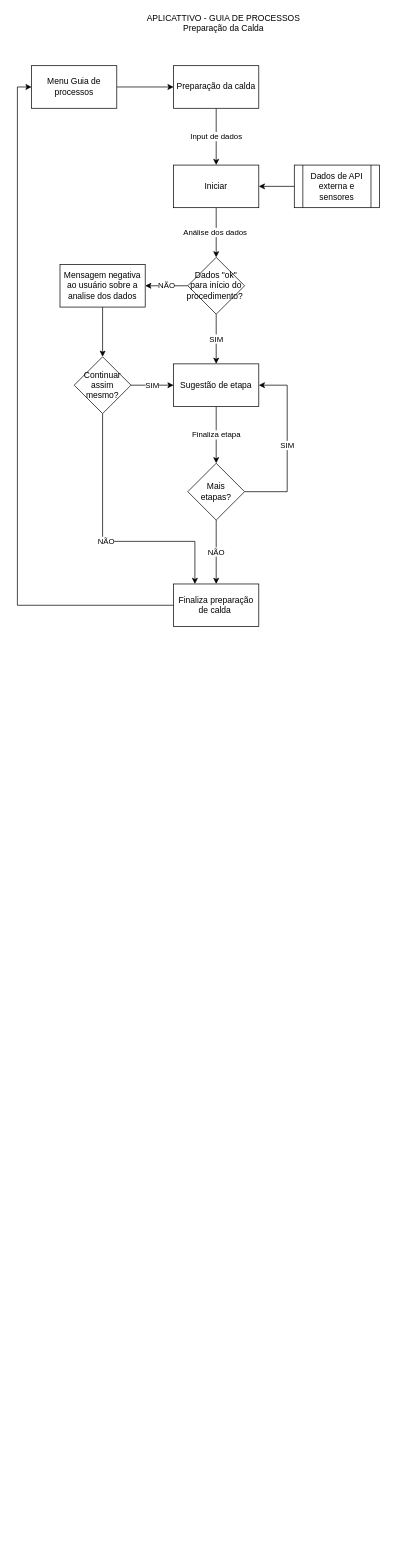
Above: smartSpray.drawio in MarceloMax50/meuCursoDeFerias (draw.io), before the change. Source tidied: cells renumbered, new cells numbered last; positions are measured from the earlier drawing's top-left corner, leaving out a move shared by most shapes. Both pictures are drawn from the tidied source at 71%, with x=0, y=0 at pixel (31, 12).
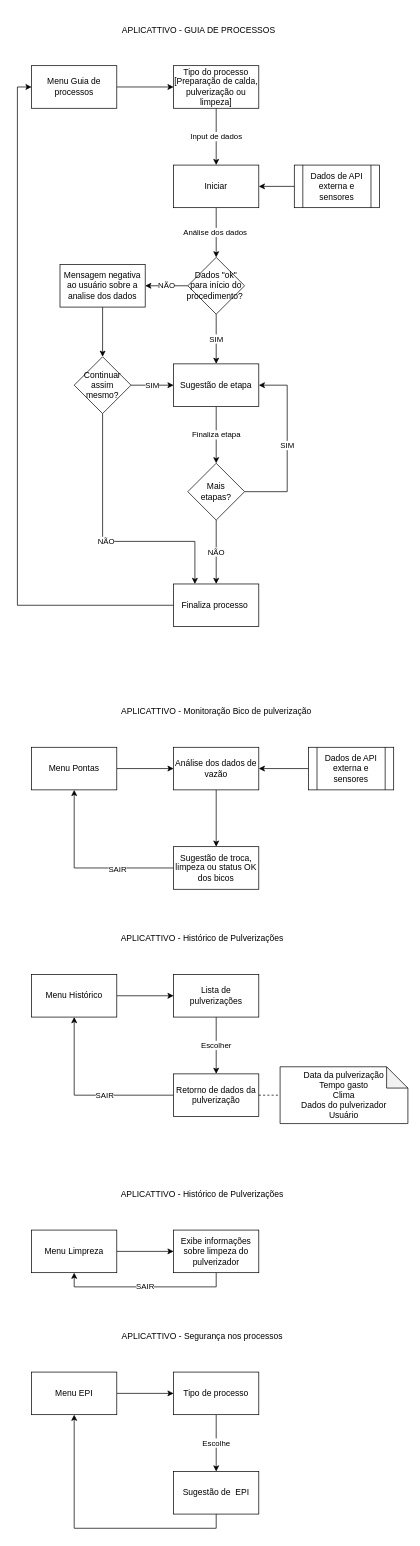
The same diagram, later.

Diff of the diagram source:
```diff
@@
-    <mxCell id="2" value="APLICATTIVO - GUIA DE PROCESSOS&lt;br&gt;Preparação da Calda" style="text;html=1;align=center;verticalAlign=middle;strokeColor=none;fillColor=none;" parent="1" vertex="1">
-      <mxGeometry x="155" width="230" height="30" as="geometry" />
+    <mxCell id="2" value="APLICATTIVO - GUIA DE PROCESSOS" style="text;html=1;align=center;verticalAlign=middle;strokeColor=none;fillColor=none;" parent="1" vertex="1">
+      <mxGeometry x="120" y="15" width="230" height="20" as="geometry" />
     </mxCell>
@@
-    <mxCell id="6" value="Preparação da calda" style="whiteSpace=wrap;html=1;rounded=0;" parent="1" vertex="1">
+    <mxCell id="6" value="Tipo do processo&lt;br&gt;[Preparação de calda, pulverização ou limpeza]" style="whiteSpace=wrap;html=1;rounded=0;" parent="1" vertex="1">
       <mxGeometry x="200" y="75" width="120" height="60" as="geometry" />
     </mxCell>
@@
-    <mxCell id="15" value="Finaliza preparação de calda&amp;nbsp;" style="whiteSpace=wrap;html=1;" parent="1" vertex="1">
+    <mxCell id="15" value="Finaliza processo&amp;nbsp;" style="whiteSpace=wrap;html=1;" parent="1" vertex="1">
       <mxGeometry x="200" y="805" width="120" height="60" as="geometry" />
     </mxCell>
@@
+    <mxCell id="26" value="APLICATTIVO - Monitoração Bico de pulverização" style="text;html=1;align=center;verticalAlign=middle;strokeColor=none;fillColor=none;" parent="1" vertex="1">
+      <mxGeometry x="120" y="975" width="280" height="20" as="geometry" />
+    </mxCell>
+    <mxCell id="27" style="edgeStyle=orthogonalEdgeStyle;rounded=0;jettySize=auto;html=1;" parent="1" edge="1" source="28" target="30">
+      <mxGeometry relative="1" as="geometry" />
+    </mxCell>
+    <mxCell id="28" value="Menu Pontas" style="rounded=0;whiteSpace=wrap;html=1;" parent="1" vertex="1">
+      <mxGeometry y="1035" width="120" height="60" as="geometry" />
+    </mxCell>
+    <mxCell id="29" style="edgeStyle=orthogonalEdgeStyle;rounded=0;jettySize=auto;html=1;" parent="1" edge="1" source="30" target="35">
+      <mxGeometry relative="1" as="geometry" />
+    </mxCell>
+    <mxCell id="30" value="Análise dos dados de vazão" style="whiteSpace=wrap;html=1;rounded=0;" parent="1" vertex="1">
+      <mxGeometry x="200" y="1035" width="120" height="60" as="geometry" />
+    </mxCell>
+    <mxCell id="31" style="edgeStyle=orthogonalEdgeStyle;rounded=0;jettySize=auto;html=1;" parent="1" edge="1" source="32" target="30">
+      <mxGeometry relative="1" as="geometry" />
+    </mxCell>
+    <mxCell id="32" value="Dados de API externa e sensores" style="shape=process;whiteSpace=wrap;html=1;backgroundOutline=1;" parent="1" vertex="1">
+      <mxGeometry x="390" y="1035" width="120" height="60" as="geometry" />
+    </mxCell>
+    <mxCell id="33" style="edgeStyle=orthogonalEdgeStyle;rounded=0;jettySize=auto;html=1;entryX=0.5;entryY=1;entryDx=0;entryDy=0;" parent="1" edge="1" source="35" target="28">
+      <mxGeometry relative="1" as="geometry" />
+    </mxCell>
+    <mxCell id="34" value="SAIR" style="edgeLabel;html=1;align=center;verticalAlign=middle;" parent="33" vertex="1">
+      <mxGeometry x="-0.36" y="1" relative="1" as="geometry" />
+    </mxCell>
+    <mxCell id="35" value="Sugestão de troca, limpeza ou status OK dos bicos" style="whiteSpace=wrap;html=1;rounded=0;" parent="1" vertex="1">
+      <mxGeometry x="200" y="1175" width="120" height="60" as="geometry" />
+    </mxCell>
+    <mxCell id="36" value="APLICATTIVO - Histórico de Pulverizações" style="text;html=1;align=center;verticalAlign=middle;strokeColor=none;fillColor=none;" parent="1" vertex="1">
+      <mxGeometry x="120" y="1295" width="240" height="20" as="geometry" />
+    </mxCell>
+    <mxCell id="37" style="edgeStyle=orthogonalEdgeStyle;rounded=0;jettySize=auto;html=1;" parent="1" edge="1" source="38" target="40">
+      <mxGeometry relative="1" as="geometry" />
+    </mxCell>
+    <mxCell id="38" value="Menu Histórico" style="rounded=0;whiteSpace=wrap;html=1;" parent="1" vertex="1">
+      <mxGeometry y="1355" width="120" height="60" as="geometry" />
+    </mxCell>
+    <mxCell id="39" value="Escolher" style="edgeStyle=orthogonalEdgeStyle;rounded=0;jettySize=auto;html=1;" parent="1" edge="1" source="40" target="43">
+      <mxGeometry relative="1" as="geometry" />
+    </mxCell>
+    <mxCell id="40" value="Lista de pulverizações" style="whiteSpace=wrap;html=1;rounded=0;" parent="1" vertex="1">
+      <mxGeometry x="200" y="1355" width="120" height="60" as="geometry" />
+    </mxCell>
+    <mxCell id="41" style="edgeStyle=orthogonalEdgeStyle;rounded=0;jettySize=auto;html=1;entryX=0.5;entryY=1;entryDx=0;entryDy=0;" parent="1" edge="1" source="43" target="38">
+      <mxGeometry relative="1" as="geometry" />
+    </mxCell>
+    <mxCell id="42" value="SAIR" style="edgeLabel;html=1;align=center;verticalAlign=middle;" parent="41" vertex="1">
+      <mxGeometry x="-0.22" y="-1" relative="1" as="geometry" />
+    </mxCell>
+    <mxCell id="43" value="Retorno de dados da pulverização" style="whiteSpace=wrap;html=1;rounded=0;" parent="1" vertex="1">
+      <mxGeometry x="200" y="1495" width="120" height="60" as="geometry" />
+    </mxCell>
+    <mxCell id="44" value="Data da pulverização&lt;br&gt;Tempo gasto&lt;br&gt;Clima&lt;br&gt;Dados do pulverizador&lt;br&gt;Usuário" style="shape=note;whiteSpace=wrap;html=1;backgroundOutline=1;darkOpacity=0.05;" parent="1" vertex="1">
+      <mxGeometry x="350" y="1485" width="180" height="80" as="geometry" />
+    </mxCell>
+    <mxCell id="45" style="endArrow=none;dashed=1;html=1;rounded=0;entryX=0;entryY=0.5;entryDx=0;entryDy=0;entryPerimeter=0;exitX=1;exitY=0.5;exitDx=0;exitDy=0;" parent="1" edge="1" source="43" target="44">
+      <mxGeometry relative="1" as="geometry" />
+    </mxCell>
+    <mxCell id="46" value="APLICATTIVO - Histórico de Pulverizações" style="text;html=1;align=center;verticalAlign=middle;strokeColor=none;fillColor=none;" parent="1" vertex="1">
+      <mxGeometry x="120" y="1655" width="240" height="20" as="geometry" />
+    </mxCell>
+    <mxCell id="47" style="edgeStyle=orthogonalEdgeStyle;rounded=0;jettySize=auto;html=1;" parent="1" edge="1" source="48" target="50">
+      <mxGeometry relative="1" as="geometry" />
+    </mxCell>
+    <mxCell id="48" value="Menu Limpreza" style="rounded=0;whiteSpace=wrap;html=1;" parent="1" vertex="1">
+      <mxGeometry y="1715" width="120" height="60" as="geometry" />
+    </mxCell>
+    <mxCell id="49" value="SAIR" style="edgeStyle=orthogonalEdgeStyle;rounded=0;jettySize=auto;html=1;entryX=0.5;entryY=1;entryDx=0;entryDy=0;exitX=0.5;exitY=1;exitDx=0;exitDy=0;" parent="1" edge="1" source="50" target="48">
+      <mxGeometry relative="1" as="geometry" />
+    </mxCell>
+    <mxCell id="50" value="Exibe informações sobre limpeza do pulverizador" style="whiteSpace=wrap;html=1;rounded=0;" parent="1" vertex="1">
+      <mxGeometry x="200" y="1715" width="120" height="60" as="geometry" />
+    </mxCell>
+    <mxCell id="51" value="APLICATTIVO - Segurança nos processos" style="text;html=1;align=center;verticalAlign=middle;strokeColor=none;fillColor=none;" parent="1" vertex="1">
+      <mxGeometry x="120" y="1855" width="240" height="20" as="geometry" />
+    </mxCell>
+    <mxCell id="52" style="edgeStyle=orthogonalEdgeStyle;rounded=0;jettySize=auto;html=1;" parent="1" edge="1" source="53" target="55">
+      <mxGeometry relative="1" as="geometry" />
+    </mxCell>
+    <mxCell id="53" value="Menu EPI" style="rounded=0;whiteSpace=wrap;html=1;" parent="1" vertex="1">
+      <mxGeometry y="1915" width="120" height="60" as="geometry" />
+    </mxCell>
+    <mxCell id="54" value="Escolhe" style="edgeStyle=orthogonalEdgeStyle;rounded=0;jettySize=auto;html=1;" parent="1" edge="1" source="55" target="57">
+      <mxGeometry relative="1" as="geometry" />
+    </mxCell>
+    <mxCell id="55" value="Tipo de processo" style="whiteSpace=wrap;html=1;rounded=0;" parent="1" vertex="1">
+      <mxGeometry x="200" y="1915" width="120" height="60" as="geometry" />
+    </mxCell>
+    <mxCell id="56" style="edgeStyle=orthogonalEdgeStyle;rounded=0;jettySize=auto;html=1;entryX=0.5;entryY=1;entryDx=0;entryDy=0;exitX=0.5;exitY=1;exitDx=0;exitDy=0;" parent="1" edge="1" source="57" target="53">
+      <mxGeometry relative="1" as="geometry" />
+    </mxCell>
+    <mxCell id="57" value="Sugestão de&amp;nbsp; EPI" style="whiteSpace=wrap;html=1;rounded=0;" parent="1" vertex="1">
+      <mxGeometry x="200" y="2055" width="120" height="60" as="geometry" />
+    </mxCell>
```
